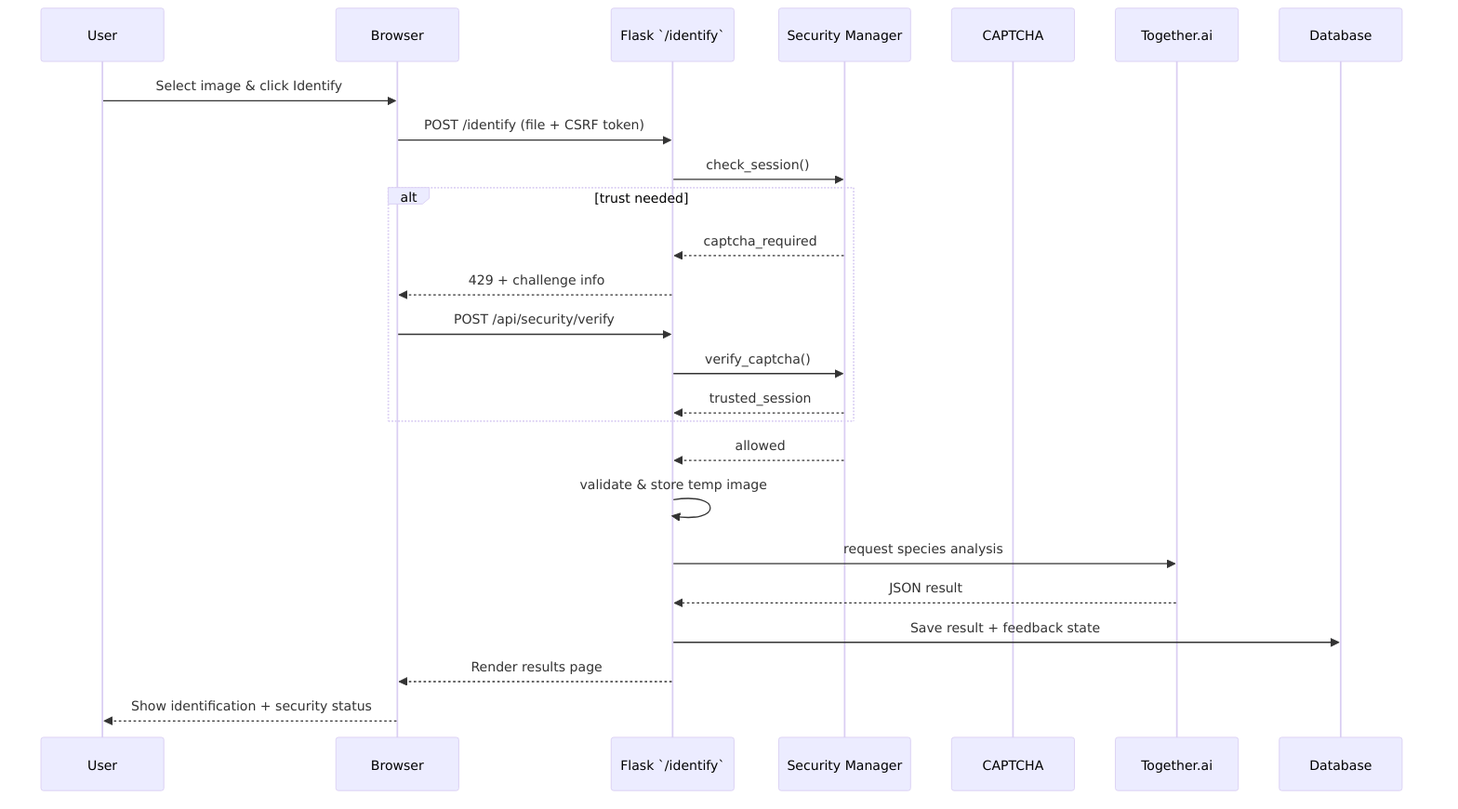
Red-Turtles/Proof-Of-Concept-Demo keeps this Mermaid diagram as public/images/security-flow.png. Above is the earlier version. Its source is kept beside it as docs/diagram_sources/security-flow.mmd.
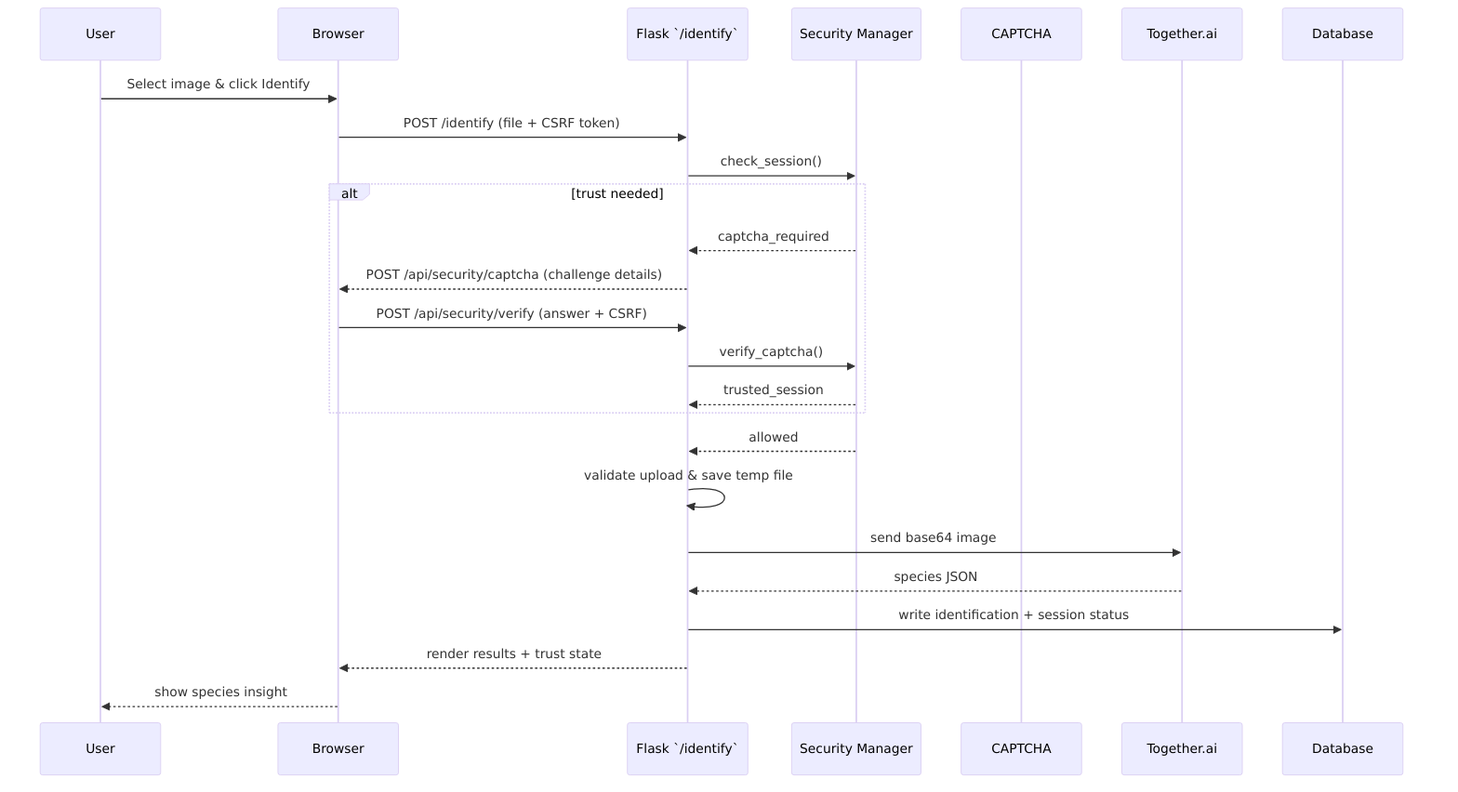
Later version of the same file.

What changed in the source:
```diff
@@ -13,16 +13,16 @@
 
     alt trust needed
         Guard-->>Flask: captcha_required
-        Flask-->>Browser: 429 + challenge info
-        Browser->>Flask: POST /api/security/verify
+        Flask-->>Browser: POST /api/security/captcha (challenge details)
+        Browser->>Flask: POST /api/security/verify (answer + CSRF)
         Flask->>Guard: verify_captcha()
         Guard-->>Flask: trusted_session
     end
 
     Guard-->>Flask: allowed
-    Flask->>Flask: validate & store temp image
-    Flask->>Together: request species analysis
-    Together-->>Flask: JSON result
-    Flask->>DB: Save result + feedback state
-    Flask-->>Browser: Render results page
-    Browser-->>User: Show identification + security status
+    Flask->>Flask: validate upload & save temp file
+    Flask->>Together: send base64 image
+    Together-->>Flask: species JSON
+    Flask->>DB: write identification + session status
+    Flask-->>Browser: render results + trust state
+    Browser-->>User: show species insight
```
